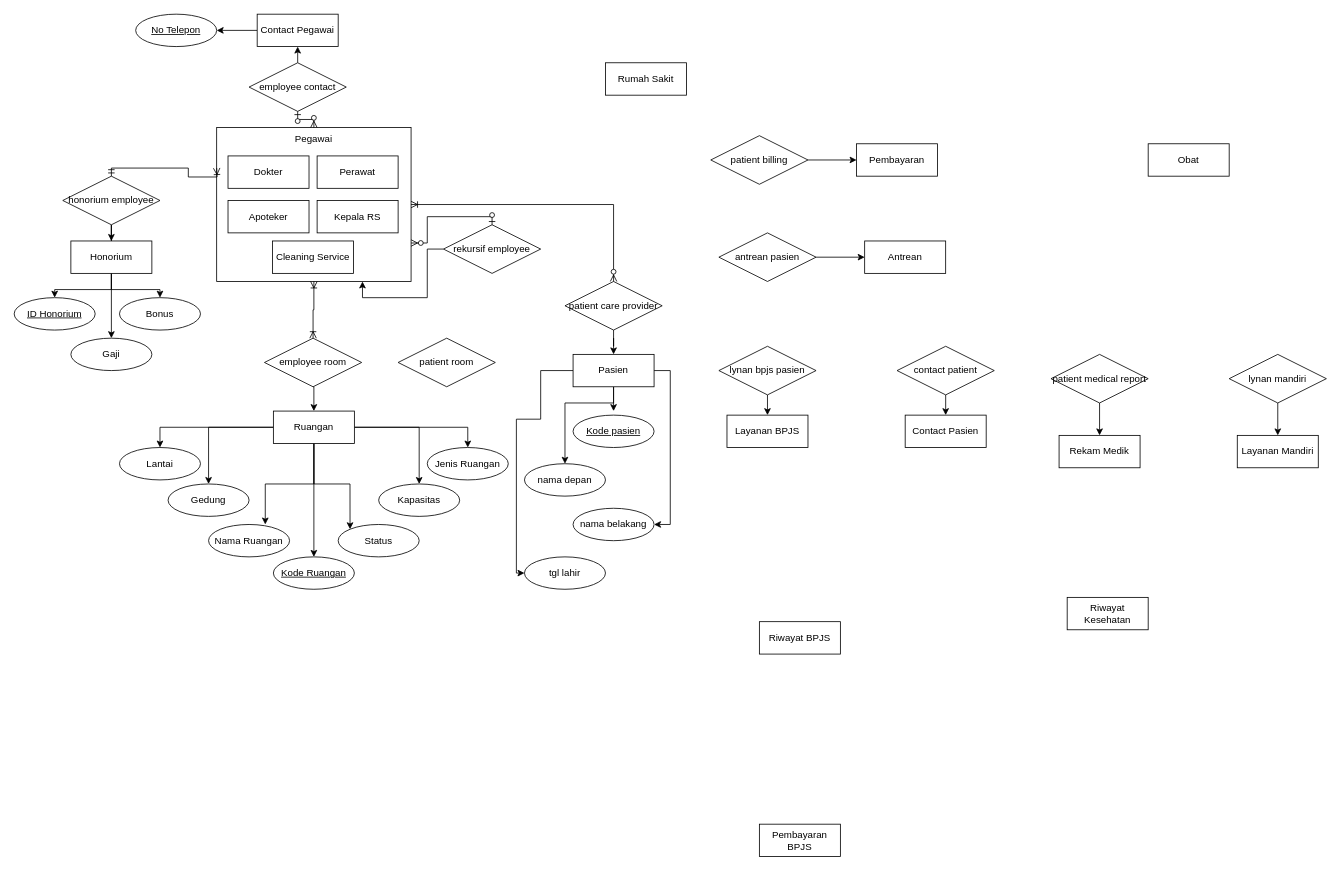
lsawfa/ERD-BasisData keeps this draw.io diagram as Diagram Tanpa Judul.drawio. Above is the earlier version. Source tidied: cells renumbered, new cells numbered last; positions are measured from the earlier drawing's top-left corner, leaving out a move shared by most shapes. Both pictures are drawn from the tidied source at 81%, with x=0, y=0 at pixel (14, 14).
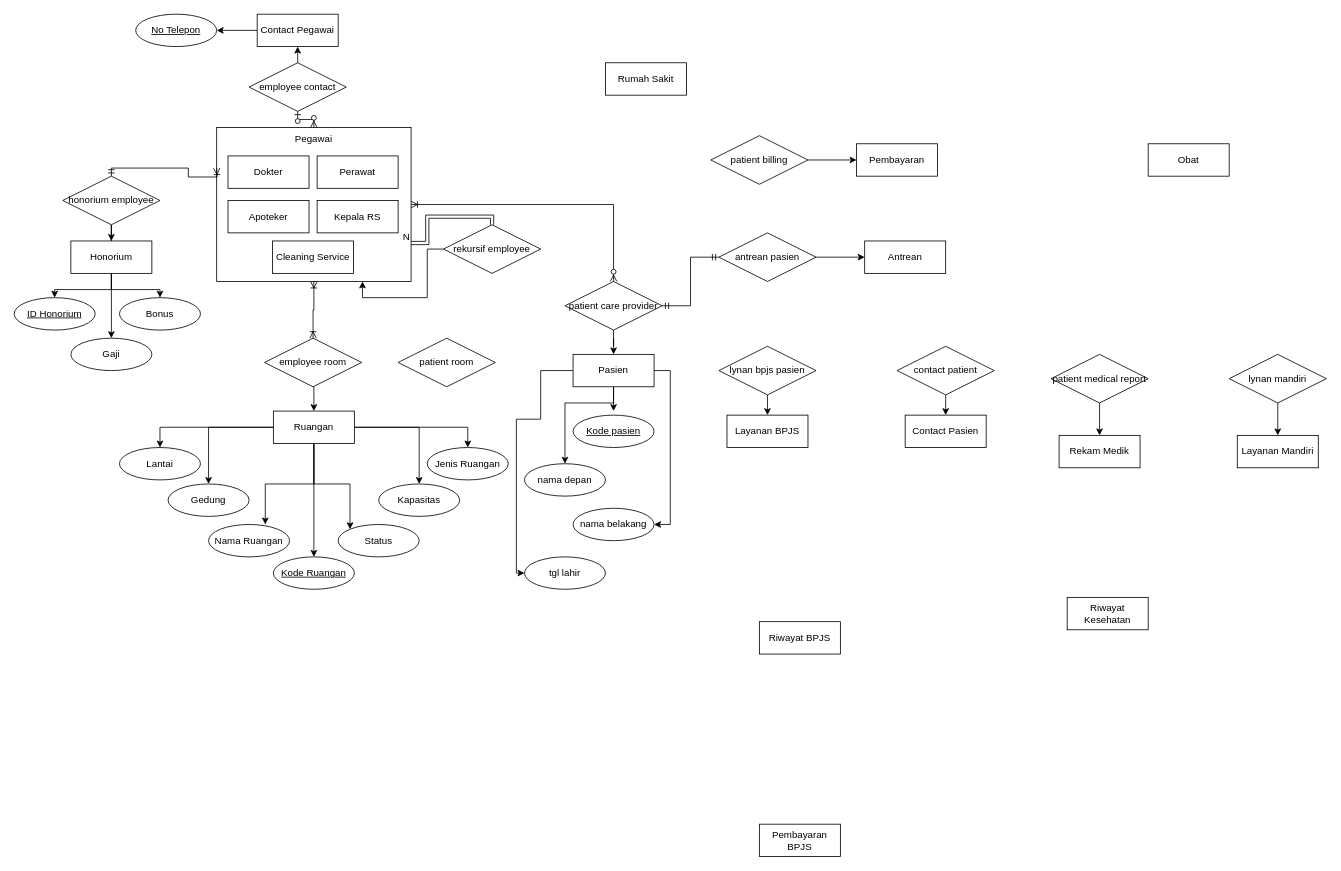
The same page after the edit.

Commit message:
sampai rekursif

The change refers to these unchanged cells:
```xml
<mxCell id="2" value="Pegawai" style="whiteSpace=wrap;html=1;align=center;verticalAlign=top;" parent="1" vertex="1">
  <mxGeometry x="250" y="140" width="240" height="190" as="geometry" />
</mxCell>
<mxCell id="40" value="patient care provider" style="shape=rhombus;perimeter=rhombusPerimeter;whiteSpace=wrap;html=1;align=center;" parent="1" vertex="1">
  <mxGeometry x="680" y="330" width="120" height="60" as="geometry" />
</mxCell>
<mxCell id="51" value="rekursif employee" style="shape=rhombus;perimeter=rhombusPerimeter;whiteSpace=wrap;html=1;align=center;" parent="1" vertex="1">
  <mxGeometry x="530" y="260" width="120" height="60" as="geometry" />
</mxCell>
<mxCell id="69" value="antrean pasien" style="shape=rhombus;perimeter=rhombusPerimeter;whiteSpace=wrap;html=1;align=center;" parent="1" vertex="1">
  <mxGeometry x="870" y="270" width="120" height="60" as="geometry" />
</mxCell>
```

Change to the diagram source:
```diff
@@
-    <mxCell id="56" style="edgeStyle=orthogonalEdgeStyle;fontSize=12;html=1;endArrow=ERzeroToMany;startArrow=ERzeroToOne;rounded=0;exitX=0.5;exitY=0;exitDx=0;exitDy=0;entryX=1;entryY=0.75;entryDx=0;entryDy=0;" parent="1" edge="1" source="51" target="2">
-      <mxGeometry relative="1" as="geometry" />
-    </mxCell>
@@
+    <mxCell id="81" style="edgeStyle=orthogonalEdgeStyle;fontSize=12;html=1;endArrow=ERmandOne;startArrow=ERmandOne;rounded=0;exitX=1;exitY=0.5;exitDx=0;exitDy=0;entryX=0;entryY=0.5;entryDx=0;entryDy=0;" parent="1" edge="1" source="40" target="69">
+      <mxGeometry relative="1" as="geometry" />
+    </mxCell>
+    <mxCell id="56" style="shape=link;html=1;rounded=0;exitX=0.5;exitY=0;exitDx=0;exitDy=0;entryX=1;entryY=0.75;entryDx=0;entryDy=0;edgeStyle=orthogonalEdgeStyle;" parent="1" edge="1" source="51" target="2">
+      <mxGeometry relative="1" as="geometry" />
+    </mxCell>
+    <mxCell id="82" value="N" style="html=1;whiteSpace=wrap;align=right;verticalAlign=bottom;" parent="56" vertex="1">
+      <mxGeometry x="1" relative="1" as="geometry" />
+    </mxCell>
```
